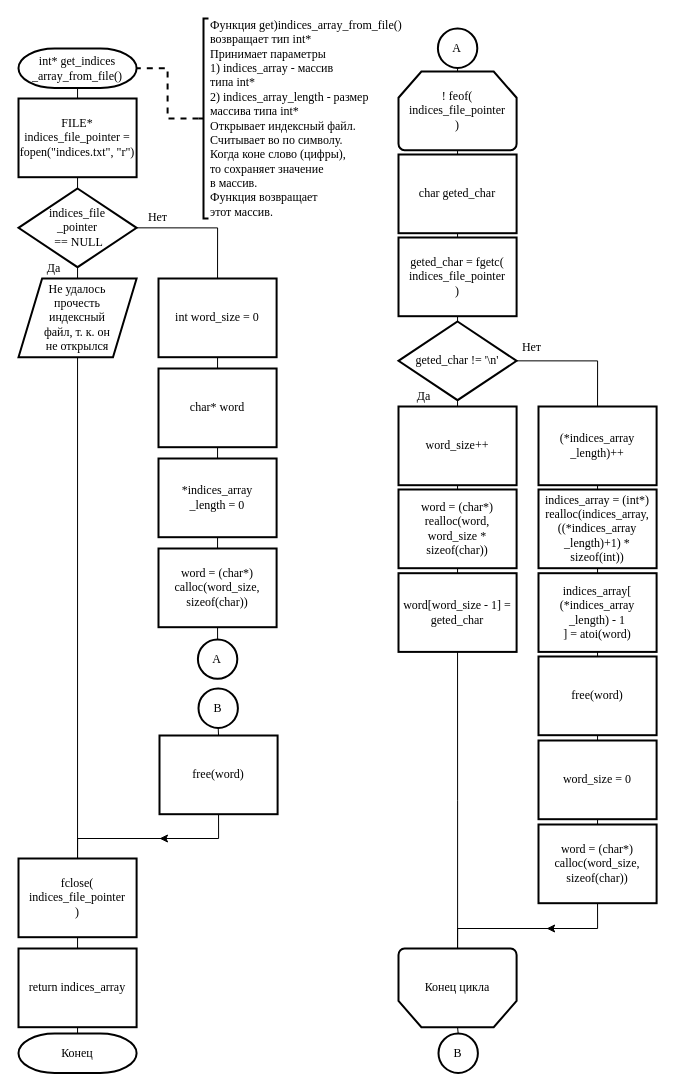
This is src/my_libs/indices_array/get_indices_array_from_file/get_indices_array_from_file.drawio from BrSTU-PO4-190333/2sem_coursework, a draw.io file, before an edit. Source tidied: cells renumbered, new cells numbered last; positions are measured from the earlier drawing's top-left corner, leaving out a move shared by most shapes. Both pictures are drawn from the tidied source at 100%, with x=0, y=0 at pixel (18, 18).
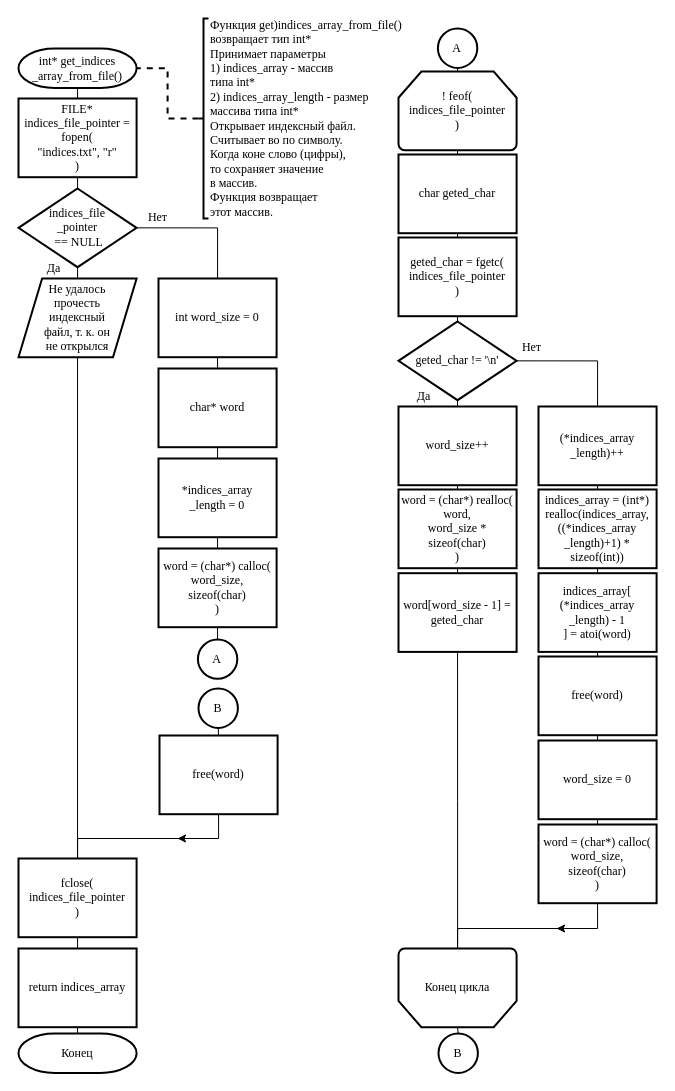
The same diagram, later.

What changed in the source:
```diff
@@
-    <mxCell id="5" value="FILE* indices_file_pointer = fopen(&quot;indices.txt&quot;, &quot;r&quot;)" style="rounded=0;whiteSpace=wrap;html=1;absoluteArcSize=1;arcSize=14;strokeWidth=2;fontFamily=Times New Roman;" parent="1" vertex="1">
+    <mxCell id="5" value="FILE* indices_file_pointer = fopen(&lt;br&gt;&quot;indices.txt&quot;, &quot;r&quot;&lt;br&gt;)" style="rounded=0;whiteSpace=wrap;html=1;absoluteArcSize=1;arcSize=14;strokeWidth=2;fontFamily=Times New Roman;" parent="1" vertex="1">
       <mxGeometry y="80" width="118.1" height="78.7" as="geometry" />
     </mxCell>
@@
-    <mxCell id="18" value="word = (char*) calloc(word_size, sizeof(char))" style="rounded=0;whiteSpace=wrap;html=1;absoluteArcSize=1;arcSize=14;strokeWidth=2;fontFamily=Times New Roman;" parent="1" vertex="1">
+    <mxCell id="18" value="word = (char*) calloc(&lt;br&gt;word_size, &lt;br&gt;sizeof(char)&lt;br&gt;)" style="rounded=0;whiteSpace=wrap;html=1;absoluteArcSize=1;arcSize=14;strokeWidth=2;fontFamily=Times New Roman;" parent="1" vertex="1">
       <mxGeometry x="140" y="530" width="118.1" height="78.7" as="geometry" />
     </mxCell>
@@
-    <mxCell id="33" value="word = (char*) realloc(word, word_size * sizeof(char))" style="rounded=0;whiteSpace=wrap;html=1;absoluteArcSize=1;arcSize=14;strokeWidth=2;fontFamily=Times New Roman;" parent="1" vertex="1">
+    <mxCell id="33" value="word = (char*) realloc(&lt;br&gt;word, &lt;br&gt;word_size * sizeof(char)&lt;br&gt;)" style="rounded=0;whiteSpace=wrap;html=1;absoluteArcSize=1;arcSize=14;strokeWidth=2;fontFamily=Times New Roman;" parent="1" vertex="1">
       <mxGeometry x="380" y="471" width="118.1" height="78.7" as="geometry" />
     </mxCell>
@@
-    <mxCell id="47" value="word = (char*) calloc(word_size, sizeof(char))" style="rounded=0;whiteSpace=wrap;html=1;absoluteArcSize=1;arcSize=14;strokeWidth=2;fontFamily=Times New Roman;" parent="1" vertex="1">
+    <mxCell id="47" value="word = (char*) calloc(&lt;br&gt;word_size,&lt;br&gt;sizeof(char)&lt;br&gt;)" style="rounded=0;whiteSpace=wrap;html=1;absoluteArcSize=1;arcSize=14;strokeWidth=2;fontFamily=Times New Roman;" parent="1" vertex="1">
       <mxGeometry x="520" y="806" width="118.1" height="78.7" as="geometry" />
     </mxCell>
@@
     <mxCell id="67" style="endArrow=classic;html=1;strokeWidth=1;fontFamily=Times New Roman;" parent="1" edge="1">
       <mxGeometry relative="1" as="geometry">
-        <mxPoint x="567.1" y="910" as="sourcePoint" />
-        <mxPoint x="528.1" y="910" as="targetPoint" />
+        <mxPoint x="577.1" y="910" as="sourcePoint" />
+        <mxPoint x="538.1" y="910" as="targetPoint" />
       </mxGeometry>
     </mxCell>
     <mxCell id="68" style="endArrow=classic;html=1;strokeWidth=1;fontFamily=Times New Roman;" parent="1" edge="1">
       <mxGeometry relative="1" as="geometry">
-        <mxPoint x="180" y="820" as="sourcePoint" />
-        <mxPoint x="141" y="820" as="targetPoint" />
+        <mxPoint x="198" y="820" as="sourcePoint" />
+        <mxPoint x="159" y="820" as="targetPoint" />
       </mxGeometry>
     </mxCell>
```
